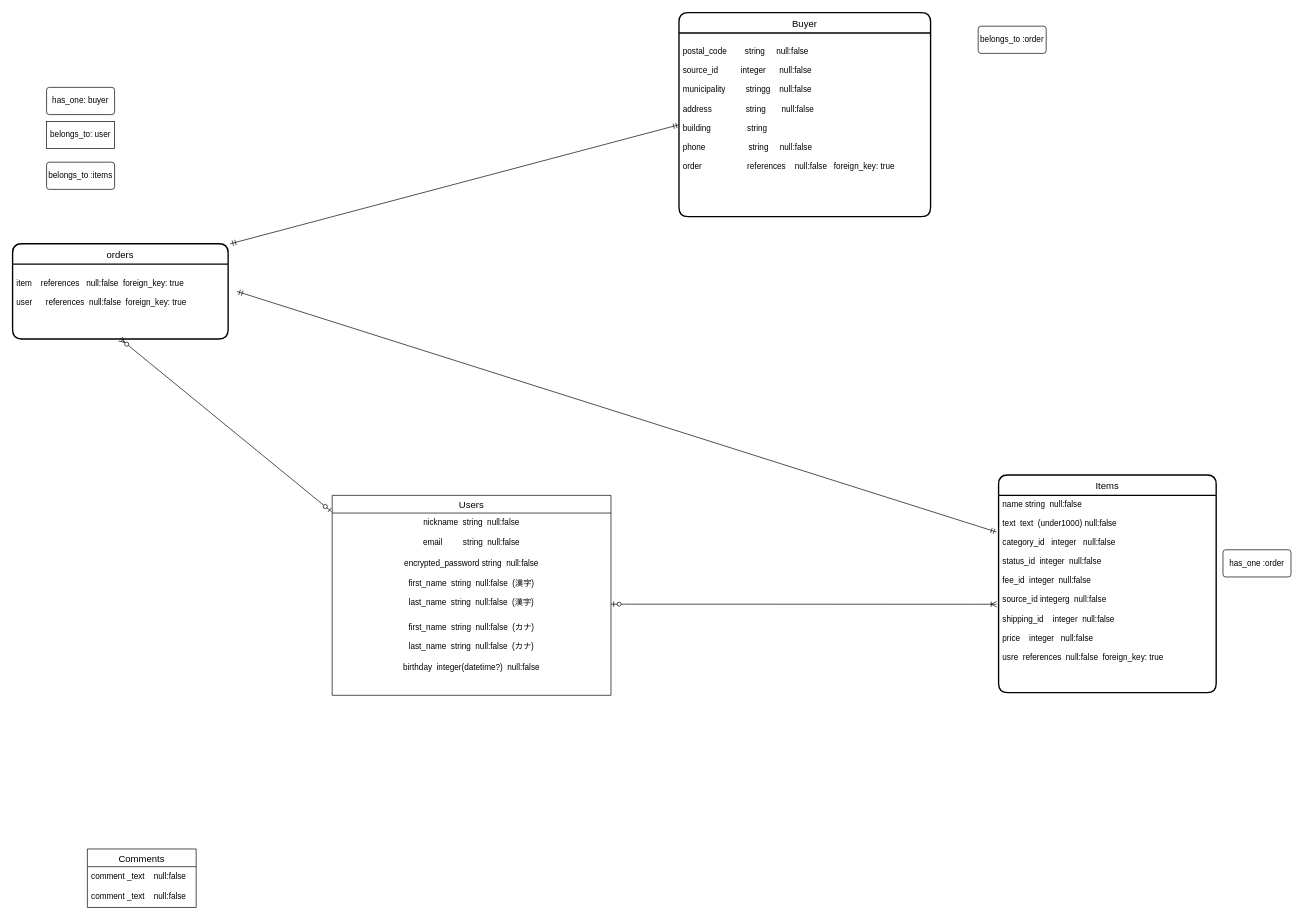
Above: furima-ER.dio in tomuyamukun/furima-32069 (draw.io), before the change. Source tidied: cells renumbered, new cells numbered last; positions are measured from the earlier drawing's top-left corner, leaving out a move shared by most shapes. Both pictures are drawn from the tidied source at 68%, with x=0, y=0 at pixel (12, 12).
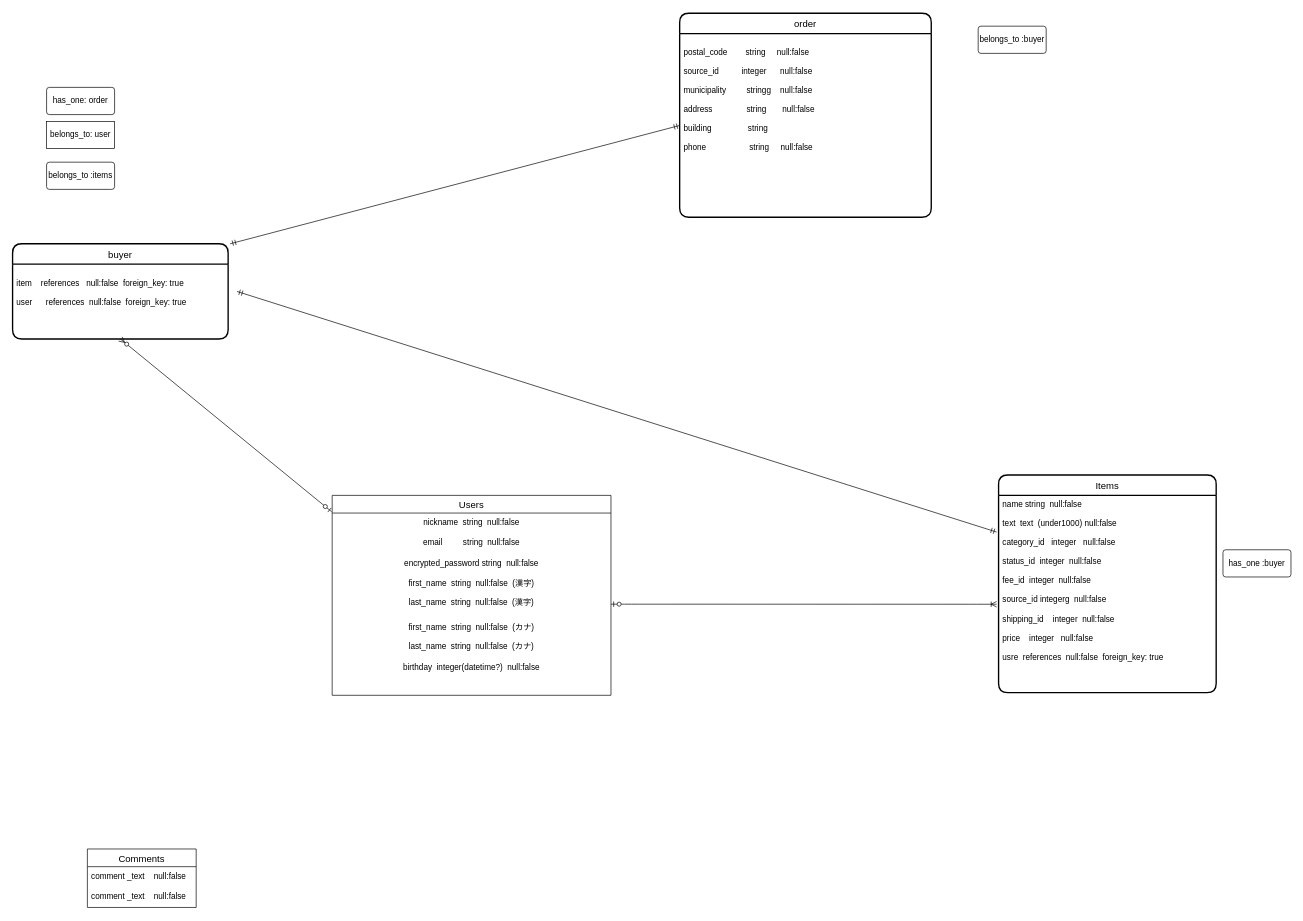
The same diagram, later.

Diff of the diagram source:
```diff
@@
-    <mxCell id="18" value="belongs_to :order" style="rounded=1;arcSize=10;whiteSpace=wrap;html=1;align=center;" parent="1" vertex="1">
+    <mxCell id="18" value="belongs_to :buyer" style="rounded=1;arcSize=10;whiteSpace=wrap;html=1;align=center;" parent="1" vertex="1">
       <mxGeometry x="1420" y="20" width="100" height="40" as="geometry" />
     </mxCell>
@@
-    <mxCell id="20" value="has_one :order" style="rounded=1;arcSize=10;whiteSpace=wrap;html=1;align=center;" parent="1" vertex="1">
+    <mxCell id="20" value="has_one :buyer" style="rounded=1;arcSize=10;whiteSpace=wrap;html=1;align=center;" parent="1" vertex="1">
       <mxGeometry x="1780" y="790" width="100" height="40" as="geometry" />
     </mxCell>
-    <mxCell id="21" value="Buyer" style="swimlane;horizontal=1;startSize=30;rounded=1;fontSize=14;fontStyle=0;strokeWidth=2;shadow=0;dashed=0;align=center;" parent="1" vertex="1">
-      <mxGeometry x="980" width="370" height="300" as="geometry" />
+    <mxCell id="21" value="order" style="swimlane;horizontal=1;startSize=30;rounded=1;fontSize=14;fontStyle=0;strokeWidth=2;shadow=0;dashed=0;align=center;" parent="1" vertex="1">
+      <mxGeometry x="981" y="1" width="370" height="300" as="geometry" />
     </mxCell>
-    <mxCell id="22" value="&#10;postal_code        string     null:false&#10;&#10;source_id          integer      null:false&#10;&#10;municipality         stringg    null:false&#10;&#10;address               string       null:false&#10;&#10;building                string&#10;&#10;phone                   string     null:false&#10;&#10;order                    references    null:false   foreign_key: true&#10;" style="align=left;strokeColor=none;fillColor=none;spacingLeft=4;fontSize=12;verticalAlign=top;" parent="21" vertex="1">
+    <mxCell id="22" value="&#10;postal_code        string     null:false&#10;&#10;source_id          integer      null:false&#10;&#10;municipality         stringg    null:false&#10;&#10;address               string       null:false&#10;&#10;building                string&#10;&#10;phone                   string     null:false&#10;&#10;" style="align=left;strokeColor=none;fillColor=none;spacingLeft=4;fontSize=12;verticalAlign=top;" parent="21" vertex="1">
       <mxGeometry y="30" width="370" height="270" as="geometry" />
     </mxCell>
-    <mxCell id="23" value="orders" style="swimlane;horizontal=1;startSize=30;rounded=1;fontSize=14;fontStyle=0;strokeWidth=2;shadow=0;dashed=0;align=center;" parent="1" vertex="1">
+    <mxCell id="23" value="buyer" style="swimlane;horizontal=1;startSize=30;rounded=1;fontSize=14;fontStyle=0;strokeWidth=2;shadow=0;dashed=0;align=center;" parent="1" vertex="1">
       <mxGeometry y="340" width="317" height="140" as="geometry" />
     </mxCell>
@@
-    <mxCell id="26" value="has_one: buyer" style="rounded=1;arcSize=10;whiteSpace=wrap;html=1;align=center;" parent="1" vertex="1">
+    <mxCell id="26" value="has_one: order" style="rounded=1;arcSize=10;whiteSpace=wrap;html=1;align=center;" parent="1" vertex="1">
       <mxGeometry x="50" y="110" width="100" height="40" as="geometry" />
     </mxCell>
```
